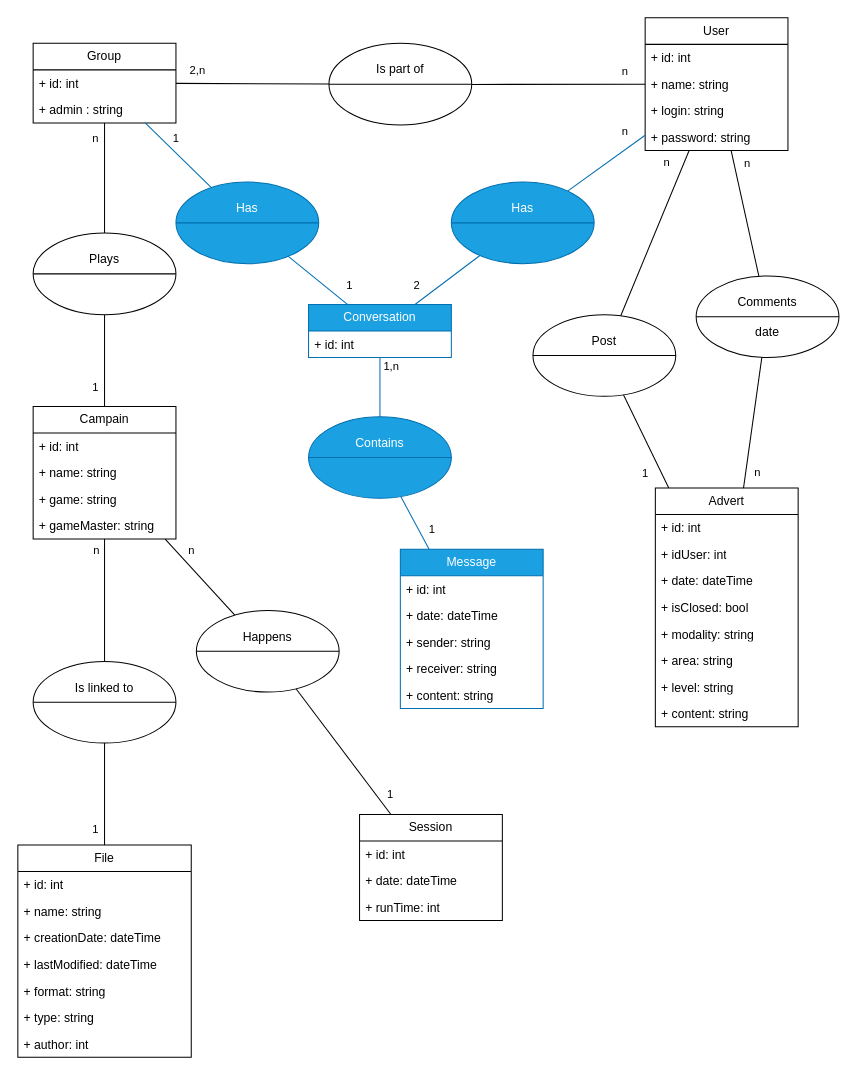
ThreeLeggedDuckling/I3WAD_SymfonyProject keeps this draw.io diagram as page "MCD" (1 of 4) of Documentation/Diagrames.drawio. Above is the earlier version. Source tidied: cells renumbered, new cells numbered last; positions are measured from the earlier drawing's top-left corner, leaving out a move shared by most shapes. Both pictures are drawn from the tidied source at 102%, with x=0, y=0 at pixel (17, 17).
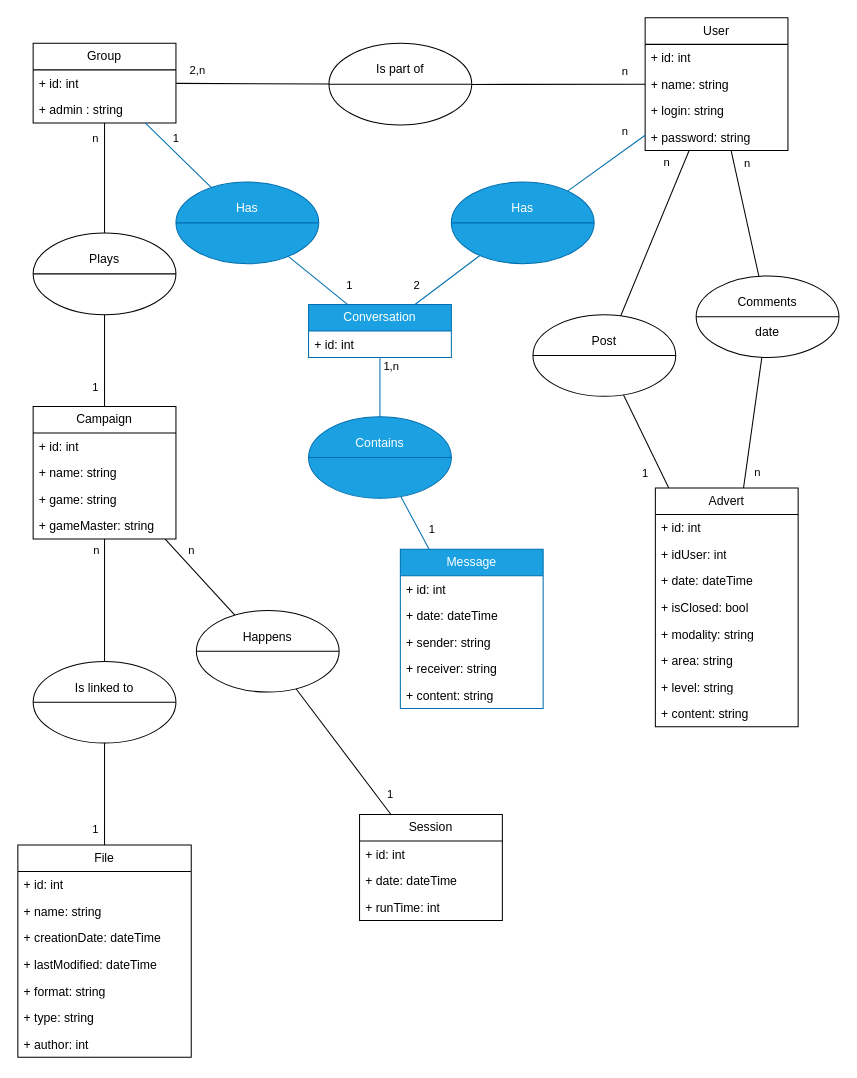
The same page after the edit.

Commit message (it also covers changes not shown here):
spellcorr campaign

What changed in the source:
```diff
@@
-    <mxCell id="27" value="Campain" style="swimlane;fontStyle=0;horizontal=1;startSize=26;fillColor=none;whiteSpace=wrap;html=1;" parent="1" vertex="1">
+    <mxCell id="27" value="Campaign" style="swimlane;fontStyle=0;horizontal=1;startSize=26;fillColor=none;whiteSpace=wrap;html=1;" parent="1" vertex="1">
       <mxGeometry x="15" y="381" width="140" height="130" as="geometry" />
     </mxCell>
```
